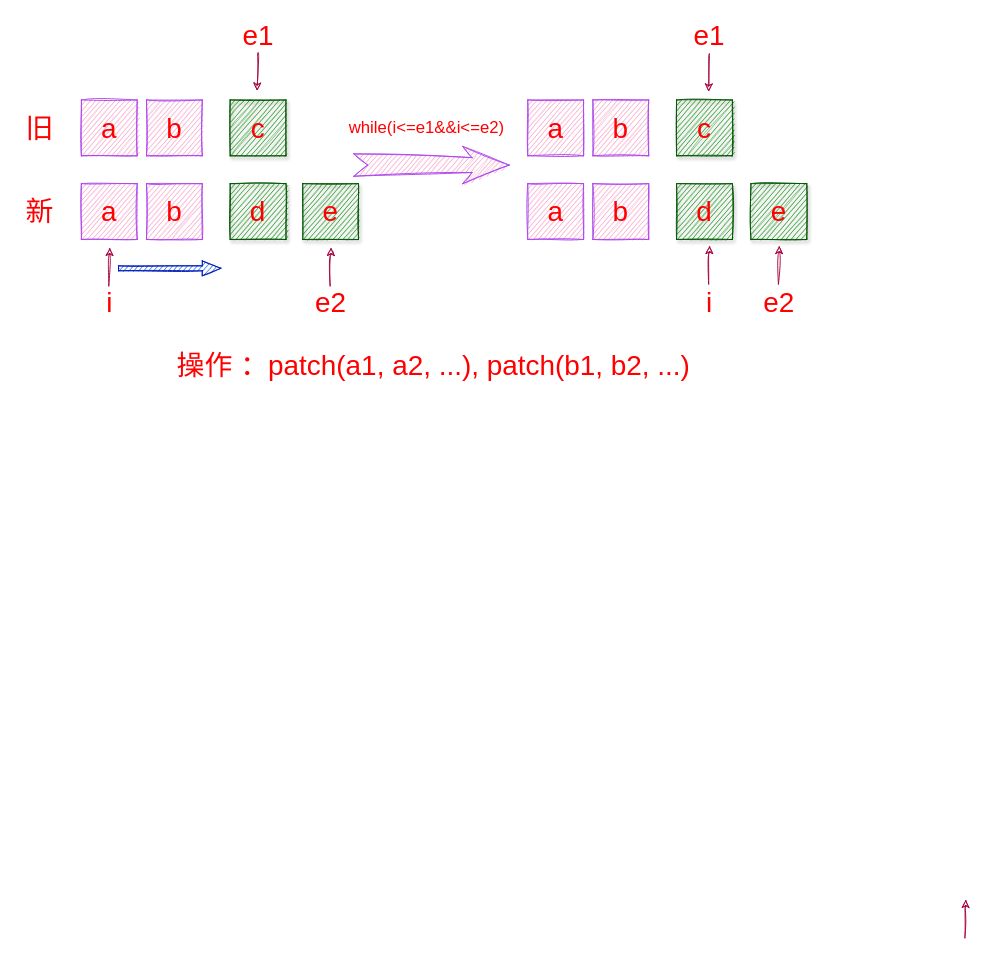
The draw.io diagram page "对比左侧" (1 of 6) of vue/diff1.drawio in fengjinlong/drawio, before the edit. Source tidied: cells renumbered, new cells numbered last; positions are measured from the earlier drawing's top-left corner, leaving out a move shared by most shapes. Both pictures are drawn from the tidied source at 93%, with x=0, y=0 at pixel (16, 16).
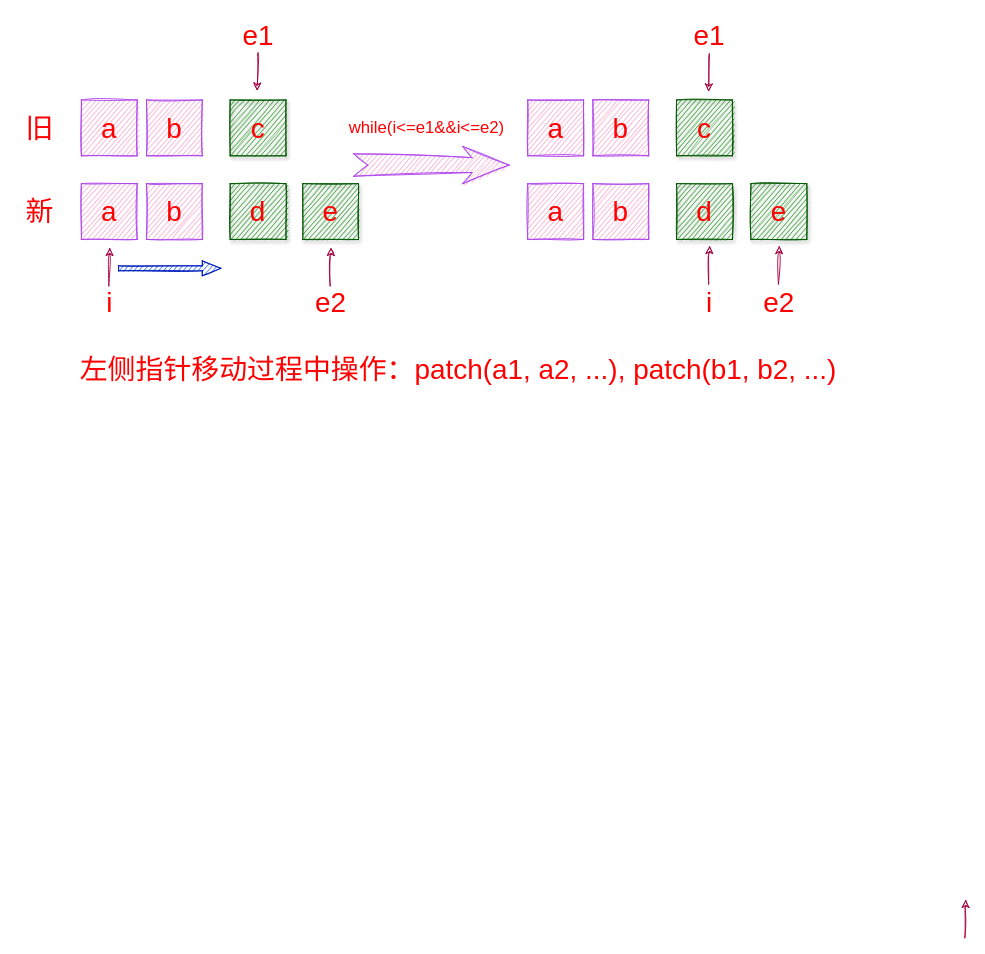
Above is the later version.

The edit, as a diff of the source:
```diff
@@
-    <mxCell id="32" value="&lt;span style=&quot;white-space: pre; font-size: 30px;&quot;&gt;&#9;&lt;/span&gt;操作 ：patch(a1, a2, ...), patch(b1, b2, ...)" style="text;html=1;align=center;verticalAlign=middle;strokeColor=none;fillColor=none;fontSize=30;fontColor=#FF0000;" parent="1" vertex="1">
-      <mxGeometry x="100" y="355" width="630" height="40" as="geometry" />
+    <mxCell id="32" value="&lt;span style=&quot;white-space: pre ; font-size: 30px&quot;&gt;&#9;&lt;/span&gt;左侧指针移动过程中操作：patch(a1, a2, ...), patch(b1, b2, ...)" style="text;html=1;align=left;verticalAlign=middle;strokeColor=none;fillColor=none;fontSize=30;fontColor=#FF0000;" parent="1" vertex="1">
+      <mxGeometry y="360" width="900" height="40" as="geometry" />
     </mxCell>
```
